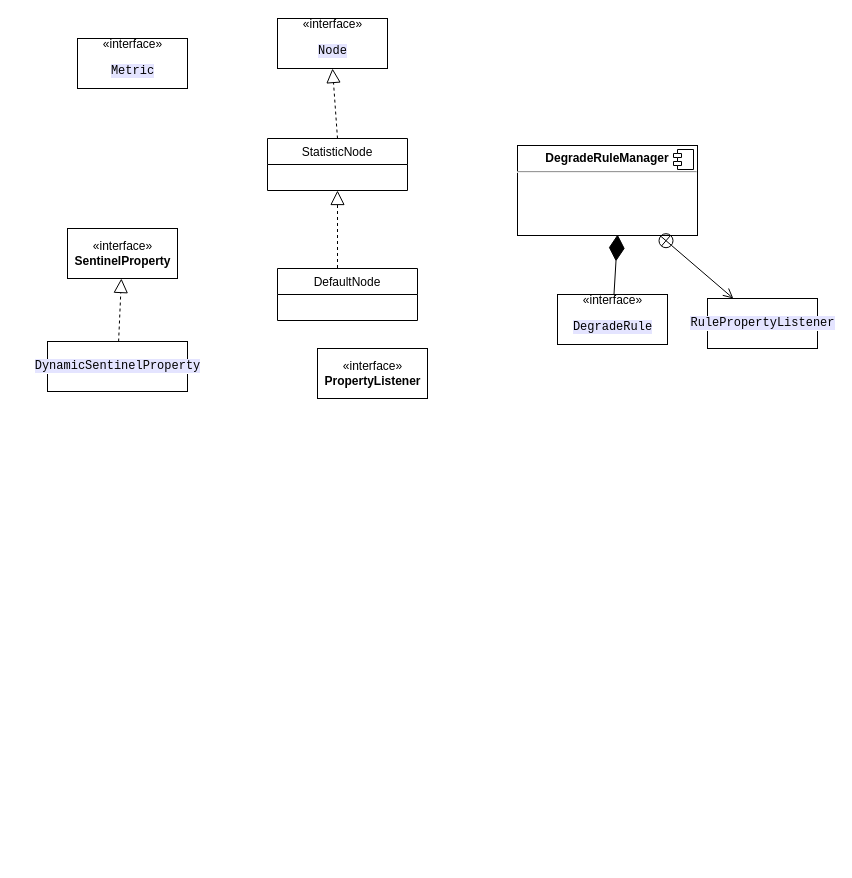
Earlier version of the draw.io diagram sentinel模型.drawio (hellojd2018/ms_document). Source tidied: cells renumbered, new cells numbered last; positions are measured from the earlier drawing's top-left corner, leaving out a move shared by most shapes. Both pictures are drawn from the tidied source at 100%, with x=0, y=0 at pixel (47, 18).
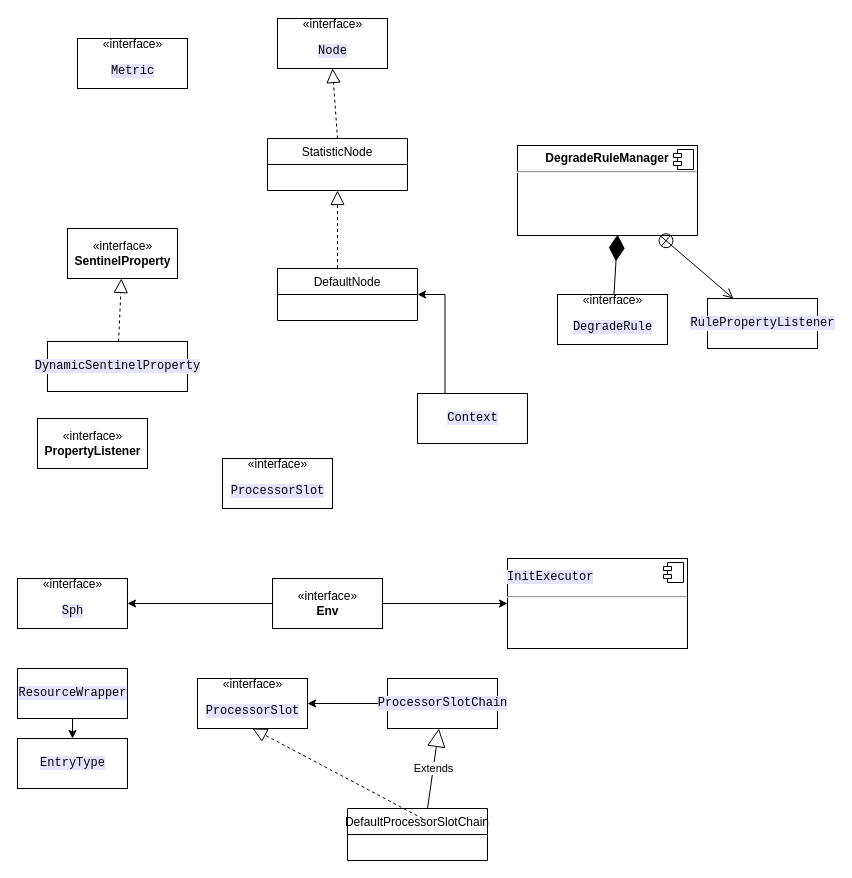
The same page after the edit.

The change refers to these unchanged cells:
```xml
<mxCell id="5" value="DefaultNode" style="swimlane;fontStyle=0;horizontal=1;startSize=26;fillColor=none;" parent="1" vertex="1">
  <mxGeometry x="230" y="250" width="140" height="52" as="geometry" />
</mxCell>
```

What changed in the source:
```diff
@@
     <mxCell id="11" value="«interface»&lt;br&gt;&lt;b&gt;PropertyListener&lt;/b&gt;" style="html=1;" parent="1" vertex="1">
-      <mxGeometry x="270" y="330" width="110" height="50" as="geometry" />
+      <mxGeometry x="-10" y="400" width="110" height="50" as="geometry" />
     </mxCell>
@@
+    <mxCell id="18" value="«interface»&lt;br&gt;&lt;pre style=&quot;background-color: rgb(255 , 255 , 255) ; font-family: &amp;#34;consolas&amp;#34; ; font-size: 9pt&quot;&gt;&lt;span style=&quot;background-color: #e4e4ff&quot;&gt;ProcessorSlot&lt;/span&gt;&lt;/pre&gt;" style="html=1;" parent="1" vertex="1">
+      <mxGeometry x="175" y="440" width="110" height="50" as="geometry" />
+    </mxCell>
+    <mxCell id="19" value="«interface»&lt;br&gt;&lt;pre style=&quot;background-color: rgb(255 , 255 , 255) ; font-family: &amp;#34;consolas&amp;#34; ; font-size: 9pt&quot;&gt;&lt;span style=&quot;background-color: #e4e4ff&quot;&gt;Sph&lt;/span&gt;&lt;/pre&gt;" style="html=1;" parent="1" vertex="1">
+      <mxGeometry x="-30" y="560" width="110" height="50" as="geometry" />
+    </mxCell>
+    <mxCell id="20" style="edgeStyle=orthogonalEdgeStyle;rounded=0;jettySize=auto;html=1;entryX=0;entryY=0.5;entryDx=0;entryDy=0;" parent="1" edge="1" source="22" target="23">
+      <mxGeometry relative="1" as="geometry" />
+    </mxCell>
+    <mxCell id="21" style="edgeStyle=orthogonalEdgeStyle;rounded=0;jettySize=auto;html=1;" parent="1" edge="1" source="22" target="19">
+      <mxGeometry relative="1" as="geometry" />
+    </mxCell>
+    <mxCell id="22" value="«interface»&lt;br&gt;&lt;b&gt;Env&lt;/b&gt;" style="html=1;" parent="1" vertex="1">
+      <mxGeometry x="225" y="560" width="110" height="50" as="geometry" />
+    </mxCell>
+    <mxCell id="23" value="&lt;pre style=&quot;background-color: rgb(255 , 255 , 255) ; font-family: &amp;#34;consolas&amp;#34; ; font-size: 9pt&quot;&gt;&lt;span style=&quot;background-color: #e4e4ff&quot;&gt;InitExecutor&lt;/span&gt;&lt;/pre&gt;&lt;hr&gt;&lt;p style=&quot;margin: 0px ; margin-left: 8px&quot;&gt;&lt;br&gt;&lt;/p&gt;" style="align=left;overflow=fill;html=1;" parent="1" vertex="1">
+      <mxGeometry x="460" y="540" width="180" height="90" as="geometry" />
+    </mxCell>
+    <mxCell id="24" style="shape=component;jettyWidth=8;jettyHeight=4;" parent="23" vertex="1">
+      <mxGeometry x="1" width="20" height="20" relative="1" as="geometry">
+        <mxPoint x="-24" y="4" as="offset" />
+      </mxGeometry>
+    </mxCell>
+    <mxCell id="25" style="edgeStyle=orthogonalEdgeStyle;rounded=0;jettySize=auto;html=1;exitX=0.25;exitY=0;exitDx=0;exitDy=0;entryX=1;entryY=0.5;entryDx=0;entryDy=0;" parent="1" edge="1" source="26" target="5">
+      <mxGeometry relative="1" as="geometry" />
+    </mxCell>
+    <mxCell id="26" value="&lt;pre style=&quot;background-color: rgb(255 , 255 , 255) ; font-family: &amp;#34;consolas&amp;#34; ; font-size: 9pt&quot;&gt;&lt;span style=&quot;background-color: #e4e4ff&quot;&gt;Context&lt;/span&gt;&lt;/pre&gt;" style="html=1;" parent="1" vertex="1">
+      <mxGeometry x="370" y="375" width="110" height="50" as="geometry" />
+    </mxCell>
+    <mxCell id="27" style="edgeStyle=orthogonalEdgeStyle;rounded=0;jettySize=auto;html=1;exitX=0.5;exitY=1;exitDx=0;exitDy=0;entryX=0.5;entryY=0;entryDx=0;entryDy=0;" parent="1" edge="1" source="28" target="29">
+      <mxGeometry relative="1" as="geometry" />
+    </mxCell>
+    <mxCell id="28" value="&lt;pre style=&quot;background-color: rgb(255 , 255 , 255) ; font-family: &amp;#34;consolas&amp;#34; ; font-size: 9pt&quot;&gt;&lt;span style=&quot;background-color: #e4e4ff&quot;&gt;ResourceWrapper&lt;/span&gt;&lt;/pre&gt;" style="html=1;" parent="1" vertex="1">
+      <mxGeometry x="-30" y="650" width="110" height="50" as="geometry" />
+    </mxCell>
+    <mxCell id="29" value="&lt;pre style=&quot;background-color: rgb(255 , 255 , 255) ; font-family: &amp;#34;consolas&amp;#34; ; font-size: 9pt&quot;&gt;&lt;span style=&quot;background-color: #e4e4ff&quot;&gt;EntryType&lt;/span&gt;&lt;/pre&gt;" style="html=1;" parent="1" vertex="1">
+      <mxGeometry x="-30" y="720" width="110" height="50" as="geometry" />
+    </mxCell>
+    <mxCell id="30" value="«interface»&lt;br&gt;&lt;pre style=&quot;background-color: rgb(255 , 255 , 255) ; font-family: &amp;#34;consolas&amp;#34; ; font-size: 9pt&quot;&gt;&lt;pre style=&quot;font-family: &amp;#34;consolas&amp;#34; ; font-size: 9pt&quot;&gt;&lt;span style=&quot;background-color: #e4e4ff&quot;&gt;ProcessorSlot&lt;/span&gt;&lt;/pre&gt;&lt;/pre&gt;" style="html=1;" parent="1" vertex="1">
+      <mxGeometry x="150" y="660" width="110" height="50" as="geometry" />
+    </mxCell>
+    <mxCell id="31" style="edgeStyle=orthogonalEdgeStyle;rounded=0;jettySize=auto;html=1;exitX=0;exitY=0.5;exitDx=0;exitDy=0;entryX=1;entryY=0.5;entryDx=0;entryDy=0;" parent="1" edge="1" source="32" target="30">
+      <mxGeometry relative="1" as="geometry" />
+    </mxCell>
+    <mxCell id="32" value="&lt;pre style=&quot;background-color: rgb(255 , 255 , 255) ; font-family: &amp;#34;consolas&amp;#34; ; font-size: 9pt&quot;&gt;&lt;span style=&quot;background-color: #e4e4ff&quot;&gt;ProcessorSlotChain&lt;/span&gt;&lt;/pre&gt;" style="html=1;" parent="1" vertex="1">
+      <mxGeometry x="340" y="660" width="110" height="50" as="geometry" />
+    </mxCell>
+    <mxCell id="33" value="DefaultProcessorSlotChain" style="swimlane;fontStyle=0;horizontal=1;startSize=26;fillColor=none;" parent="1" vertex="1">
+      <mxGeometry x="300" y="790" width="140" height="52" as="geometry" />
+    </mxCell>
+    <mxCell id="34" style="endArrow=block;dashed=1;endFill=0;endSize=12;html=1;entryX=0.5;entryY=1;entryDx=0;entryDy=0;" parent="33" edge="1" target="30">
+      <mxGeometry relative="1" as="geometry">
+        <mxPoint x="75" y="10" as="sourcePoint" />
+      </mxGeometry>
+    </mxCell>
+    <mxCell id="35" value="Extends" style="endArrow=block;endSize=16;endFill=0;html=1;" parent="33" edge="1" target="32">
+      <mxGeometry relative="1" as="geometry">
+        <mxPoint x="80" as="sourcePoint" />
+      </mxGeometry>
+    </mxCell>
```
